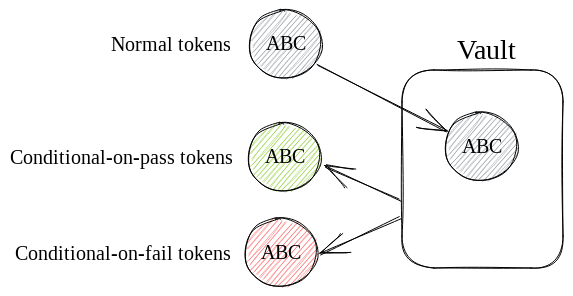
metaDAOproject/propaganda keeps this Excalidraw diagram as introduction/media/conditional-token-minting.png. Above is the earlier version. Source tidied: one line per element, renumbered; positions are measured from the earlier drawing's top-left corner, leaving out a move shared by most shapes.
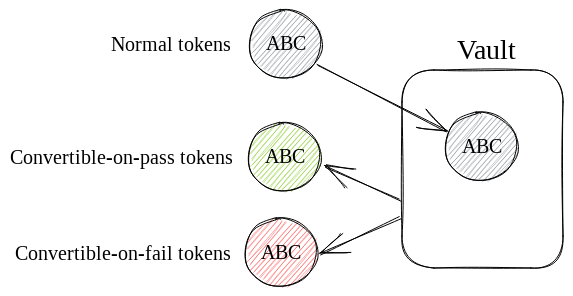
The same diagram one commit later.

Diff of the diagram source:
```diff
@@ -12,5 +12,5 @@
 {"id": 11, "type": "text", "text": "ABC", "strokeColor": "#000000", "strokeWidth": 1, "roughness": 1, "fontSize": 20, "fontFamily": 2, "textAlign": "center", "verticalAlign": "middle", "inside": 10, "x": 251, "y": 231, "width": 40, "height": 23}
 {"id": 12, "type": "arrow", "strokeColor": "#000000", "backgroundColor": "#868e96", "fillStyle": "hachure", "strokeWidth": 1, "roughness": 1, "endArrowhead": "arrow", "round": true, "from": 0, "to": 10, "x": 390, "y": 208, "width": 80, "height": 37, "points": [[0, 0], [-80, 37]]}
 {"id": 13, "type": "text", "text": "Normal tokens", "strokeColor": "#000000", "backgroundColor": "#fa5252", "fillStyle": "hachure", "strokeWidth": 1, "roughness": 1, "fontSize": 20, "fontFamily": 2, "x": 101, "y": 23, "width": 120, "height": 23}
-{"id": 14, "type": "text", "text": "Conditional-on-pass tokens", "strokeColor": "#000000", "backgroundColor": "#fa5252", "fillStyle": "hachure", "strokeWidth": 1, "roughness": 1, "fontSize": 20, "fontFamily": 2, "x": 0, "y": 136, "width": 223, "height": 23}
+{"id": 14, "type": "text", "text": "Convertible-on-pass tokens", "strokeColor": "#000000", "backgroundColor": "#fa5252", "fillStyle": "hachure", "strokeWidth": 1, "roughness": 1, "fontSize": 20, "fontFamily": 2, "x": 0, "y": 136, "width": 223, "height": 23}
-{"id": 15, "type": "text", "text": "Conditional-on-fail tokens", "strokeColor": "#000000", "backgroundColor": "#fa5252", "fillStyle": "hachure", "strokeWidth": 1, "roughness": 1, "fontSize": 20, "fontFamily": 2, "x": 4, "y": 232, "width": 216, "height": 23}
+{"id": 15, "type": "text", "text": "Convertible-on-fail tokens", "strokeColor": "#000000", "backgroundColor": "#fa5252", "fillStyle": "hachure", "strokeWidth": 1, "roughness": 1, "fontSize": 20, "fontFamily": 2, "x": 4, "y": 232, "width": 216, "height": 23}
```
